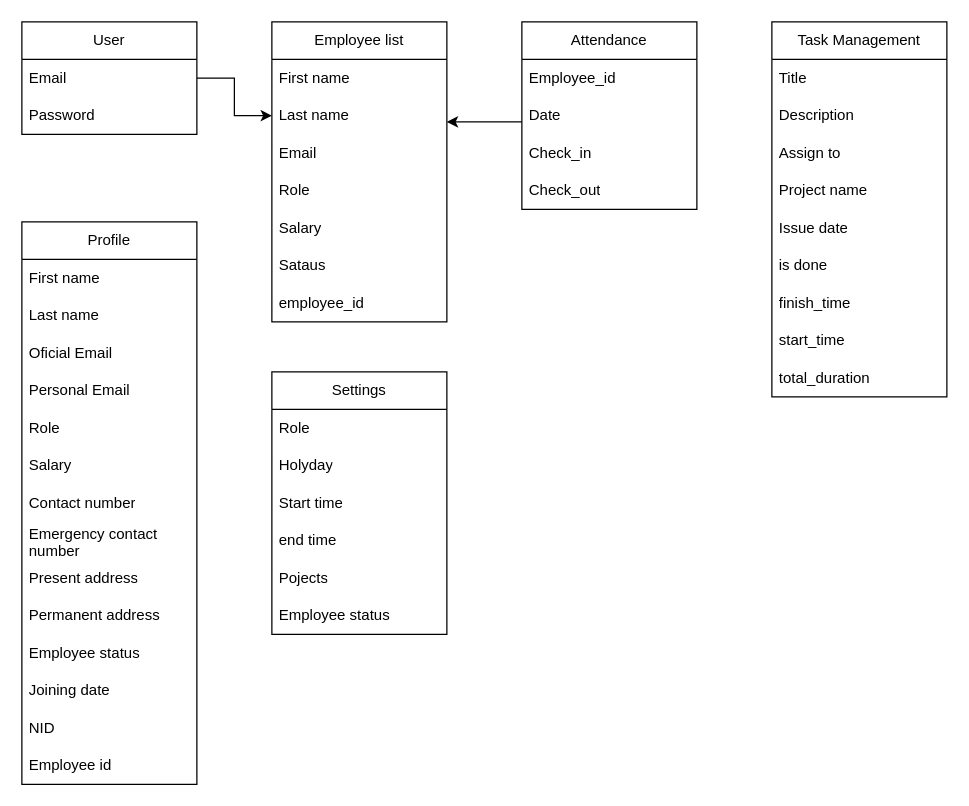
Before: database design.drawio in ZiadAbdulBari/employee-management-backend, a draw.io diagram. Source tidied: cells renumbered, new cells numbered last; positions are measured from the earlier drawing's top-left corner, leaving out a move shared by most shapes. Both pictures are drawn from the tidied source at 125%, with x=0, y=0 at pixel (21, 21).
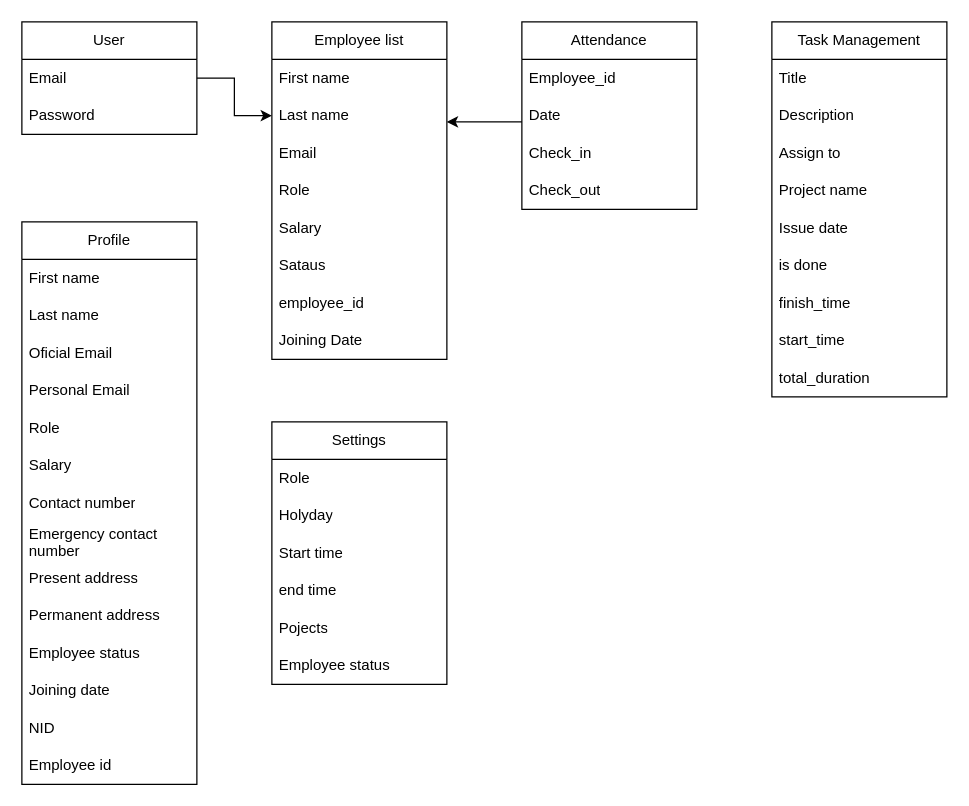
After the change.

Change to the diagram source:
```diff
@@
     <mxCell id="5" value="Employee list" style="swimlane;fontStyle=0;horizontal=1;startSize=30;whiteSpace=wrap;html=1;" parent="1" vertex="1">
-      <mxGeometry x="200" width="140" height="240" as="geometry" />
+      <mxGeometry x="200" width="140" height="270" as="geometry" />
     </mxCell>
@@
+    <mxCell id="52" value="Joining Date" style="text;strokeColor=none;fillColor=none;align=left;verticalAlign=middle;spacingLeft=4;spacingRight=4;overflow=hidden;whiteSpace=wrap;html=1;" parent="5" vertex="1">
+      <mxGeometry y="240" width="140" height="30" as="geometry" />
+    </mxCell>
@@
     <mxCell id="44" value="Settings" style="swimlane;fontStyle=0;horizontal=1;startSize=30;whiteSpace=wrap;html=1;" parent="1" vertex="1">
-      <mxGeometry x="200" y="280" width="140" height="210" as="geometry" />
+      <mxGeometry x="200" y="320" width="140" height="210" as="geometry" />
     </mxCell>
```
